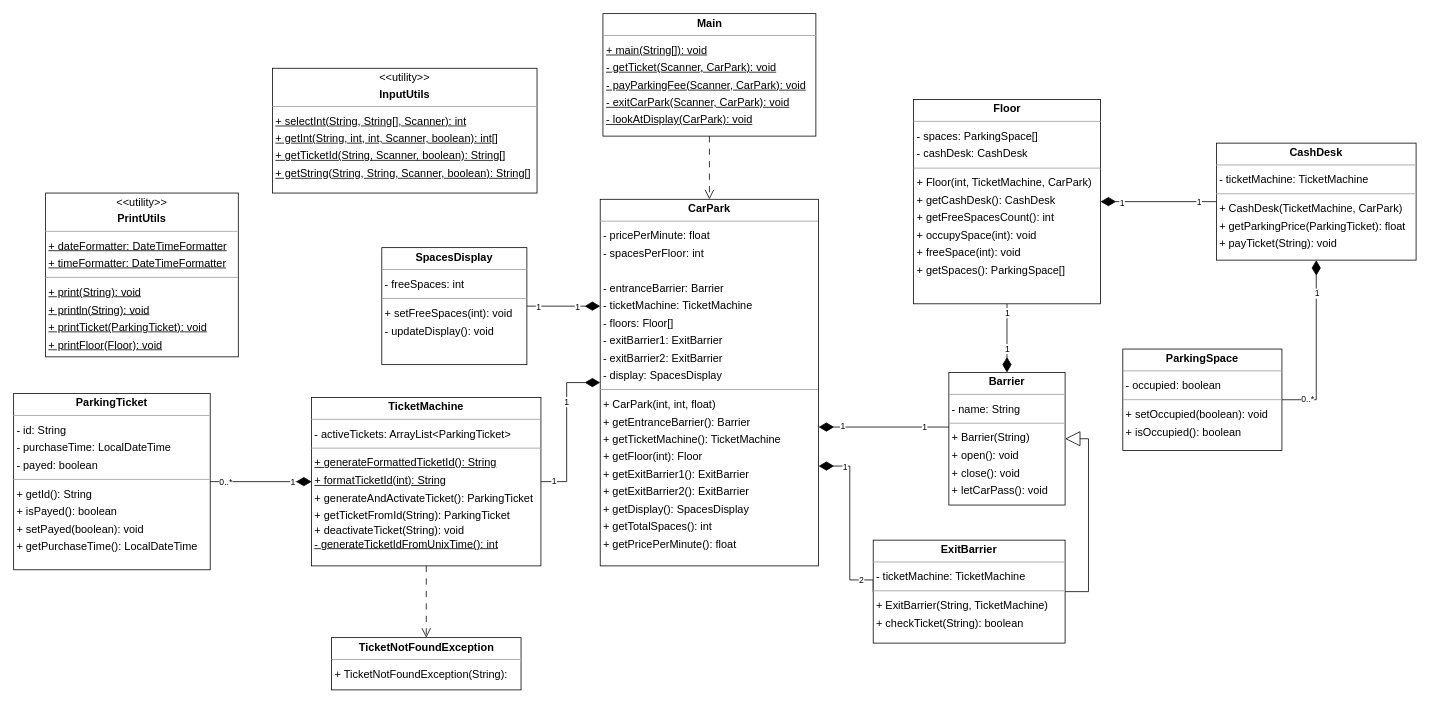
Earlier version of the draw.io diagram uml-diagrams/class-diagram.drawio (timlandolt/car-park-sim). Source tidied: cells renumbered, new cells numbered last; positions are measured from the earlier drawing's top-left corner, leaving out a move shared by most shapes. Both pictures are drawn from the tidied source at 78%, with x=0, y=0 at pixel (13, 13).
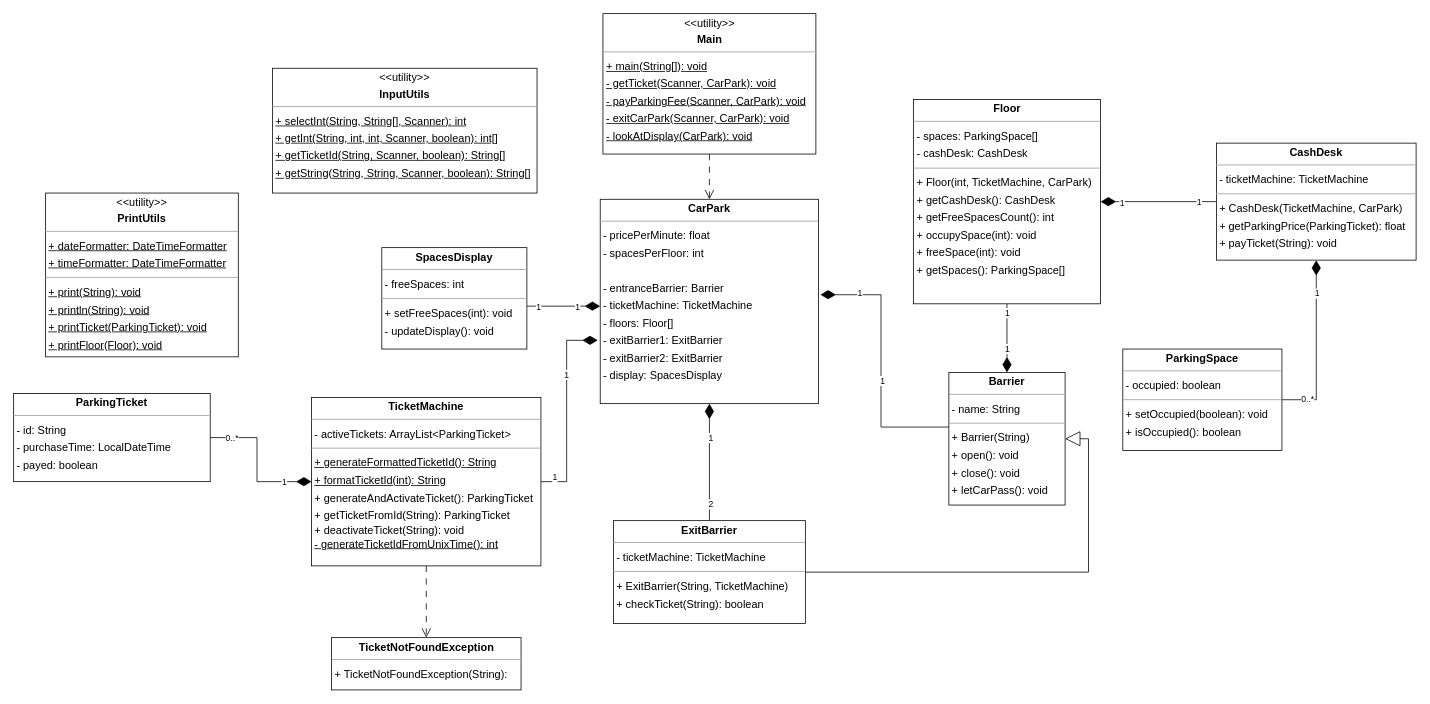
After the change.

Unchanged cells that the change refers to:
```xml
<mxCell id="31" value="&lt;p style=&quot;margin:0px;margin-top:4px;text-align:center;&quot;&gt;&lt;b&gt;TicketMachine&lt;/b&gt;&lt;/p&gt;&lt;hr size=&quot;1&quot;&gt;&lt;p style=&quot;margin:0 0 0 4px;line-height:1.6;&quot;&gt;&lt;/p&gt;&lt;p style=&quot;margin:0 0 0 4px;line-height:1.6;&quot;&gt;- activeTickets: ArrayList&amp;lt;ParkingTicket&amp;gt;&lt;/p&gt;&lt;hr size=&quot;1&quot;&gt;&lt;p style=&quot;margin:0 0 0 4px;line-height:1.6;&quot;&gt;&lt;u&gt;+ generateFormattedTicketId(): String&lt;/u&gt;&lt;/p&gt;&lt;p style=&quot;margin:0 0 0 4px;line-height:1.6;&quot;&gt;&lt;u&gt;+ formatTicketId(int): String&lt;/u&gt;&lt;br&gt;+ generateAndActivateTicket(): ParkingTicket&lt;br&gt;+ getTicketFromId(String): ParkingTicket&lt;/p&gt;&amp;nbsp;+ deactivateTicket(String): void&lt;div&gt;&amp;nbsp;&lt;u&gt;- generateTicketIdFromUnixTime(): int&lt;/u&gt;&lt;/div&gt;" style="verticalAlign=top;align=left;overflow=fill;fontSize=14;fontFamily=Helvetica;html=1;rounded=0;shadow=0;comic=0;labelBackgroundColor=none;strokeWidth=1;" parent="1" vertex="1">
  <mxGeometry x="382" y="492" width="294" height="216" as="geometry" />
</mxCell>
<mxCell id="38" value="&lt;p style=&quot;margin:0px;margin-top:4px;text-align:center;&quot;&gt;&lt;b&gt;Barrier&lt;/b&gt;&lt;/p&gt;&lt;hr size=&quot;1&quot;&gt;&lt;p style=&quot;margin:0 0 0 4px;line-height:1.6;&quot;&gt;- name: String&lt;/p&gt;&lt;hr size=&quot;1&quot;&gt;&lt;p style=&quot;margin:0 0 0 4px;line-height:1.6;&quot;&gt;+ Barrier(String)&lt;br&gt;&lt;/p&gt;&lt;p style=&quot;margin:0 0 0 4px;line-height:1.6;&quot;&gt;+ open(): void&lt;br&gt;+ close(): void&lt;br&gt;+ letCarPass(): void&lt;/p&gt;" style="verticalAlign=top;align=left;overflow=fill;fontSize=14;fontFamily=Helvetica;html=1;rounded=0;shadow=0;comic=0;labelBackgroundColor=none;strokeWidth=1;" parent="1" vertex="1">
  <mxGeometry x="1199" y="460" width="149" height="170" as="geometry" />
</mxCell>
```

Change to the diagram source:
```diff
@@
-    <mxCell id="2" style="edgeStyle=orthogonalEdgeStyle;rounded=0;jettySize=auto;html=1;entryX=1;entryY=0.5;entryDx=0;entryDy=0;endArrow=none;endFill=0;startArrow=diamondThin;startFill=1;startSize=17;" parent="1" edge="1" source="14" target="31">
+    <mxCell id="2" style="edgeStyle=orthogonalEdgeStyle;rounded=0;jettySize=auto;html=1;entryX=1;entryY=0.5;entryDx=0;entryDy=0;endArrow=none;endFill=0;startArrow=diamondThin;startFill=1;startSize=17;exitX=-0.011;exitY=0.69;exitDx=0;exitDy=0;exitPerimeter=0;" parent="1" edge="1" source="14" target="31">
       <mxGeometry relative="1" as="geometry" />
     </mxCell>
@@
-    <mxCell id="5" style="edgeStyle=orthogonalEdgeStyle;rounded=0;jettySize=auto;html=1;entryX=0;entryY=0.5;entryDx=0;entryDy=0;endArrow=none;endFill=0;startArrow=diamondThin;startFill=1;startSize=17;" parent="1" edge="1" source="14" target="16">
-      <mxGeometry relative="1" as="geometry">
-        <Array as="points">
-          <mxPoint x="1072" y="580" />
-          <mxPoint x="1072" y="726" />
-        </Array>
-      </mxGeometry>
-    </mxCell>
-    <mxCell id="6" value="1" style="edgeLabel;html=1;align=center;verticalAlign=middle;" parent="5" vertex="1">
-      <mxGeometry x="-0.71" relative="1" as="geometry" />
-    </mxCell>
-    <mxCell id="7" value="2" style="edgeLabel;html=1;align=center;verticalAlign=middle;" parent="5" vertex="1">
-      <mxGeometry x="0.65" y="-2" relative="1" as="geometry">
-        <mxPoint x="9" y="-2" as="offset" />
-      </mxGeometry>
-    </mxCell>
@@
+    <mxCell id="5" style="edgeStyle=orthogonalEdgeStyle;rounded=0;jettySize=auto;html=1;endArrow=none;endFill=0;startArrow=diamondThin;startFill=1;startSize=17;" parent="1" edge="1" source="14" target="16">
+      <mxGeometry relative="1" as="geometry" />
+    </mxCell>
+    <mxCell id="6" value="1" style="edgeLabel;html=1;align=center;verticalAlign=middle;" parent="5" vertex="1">
+      <mxGeometry x="-0.43" y="1" relative="1" as="geometry" />
+    </mxCell>
+    <mxCell id="7" value="2" style="edgeLabel;html=1;align=center;verticalAlign=middle;" parent="5" vertex="1">
+      <mxGeometry x="0.7" y="1" relative="1" as="geometry" />
+    </mxCell>
-    <mxCell id="14" value="&lt;p style=&quot;margin:0px;margin-top:4px;text-align:center;&quot;&gt;&lt;b&gt;CarPark&lt;/b&gt;&lt;/p&gt;&lt;hr size=&quot;1&quot;&gt;&lt;p style=&quot;margin:0 0 0 4px;line-height:1.6;&quot;&gt;&lt;/p&gt;&lt;p style=&quot;margin:0 0 0 4px;line-height:1.6;&quot;&gt;- pricePerMinute: float&lt;/p&gt;&lt;p style=&quot;margin:0 0 0 4px;line-height:1.6;&quot;&gt;- spacesPerFloor: int&lt;/p&gt;&lt;p style=&quot;margin:0 0 0 4px;line-height:1.6;&quot;&gt;&lt;br&gt;&lt;/p&gt;&lt;p style=&quot;margin:0 0 0 4px;line-height:1.6;&quot;&gt;- entranceBarrier: Barrier&lt;/p&gt;&lt;p style=&quot;margin:0 0 0 4px;line-height:1.6;&quot;&gt;- ticketMachine: TicketMachine&lt;/p&gt;&lt;p style=&quot;margin:0 0 0 4px;line-height:1.6;&quot;&gt;- floors: Floor[]&lt;/p&gt;&lt;p style=&quot;margin:0 0 0 4px;line-height:1.6;&quot;&gt;- exitBarrier1: ExitBarrier&lt;/p&gt;&lt;p style=&quot;margin:0 0 0 4px;line-height:1.6;&quot;&gt;- exitBarrier2: ExitBarrier&lt;/p&gt;&lt;p style=&quot;margin:0 0 0 4px;line-height:1.6;&quot;&gt;- display: SpacesDisplay&lt;/p&gt;&lt;hr size=&quot;1&quot;&gt;&lt;p style=&quot;margin:0 0 0 4px;line-height:1.6;&quot;&gt;+ CarPark(int, int, float)&lt;/p&gt;&lt;p style=&quot;margin:0 0 0 4px;line-height:1.6;&quot;&gt;+ getEntranceBarrier(): Barrier&lt;/p&gt;&lt;p style=&quot;margin:0 0 0 4px;line-height:1.6;&quot;&gt;+ getTicketMachine(): TicketMachine&lt;/p&gt;&lt;p style=&quot;margin:0 0 0 4px;line-height:1.6;&quot;&gt;+ getFloor(int): Floor&lt;/p&gt;&lt;p style=&quot;margin:0 0 0 4px;line-height:1.6;&quot;&gt;+ getExitBarrier1(): ExitBarrier&lt;/p&gt;&lt;p style=&quot;margin:0 0 0 4px;line-height:1.6;&quot;&gt;+ getExitBarrier2(): ExitBarrier&lt;/p&gt;&lt;p style=&quot;margin:0 0 0 4px;line-height:1.6;&quot;&gt;+ getDisplay(): SpacesDisplay&lt;/p&gt;&lt;p style=&quot;margin:0 0 0 4px;line-height:1.6;&quot;&gt;+ getTotalSpaces(): int&lt;/p&gt;&lt;p style=&quot;margin:0 0 0 4px;line-height:1.6;&quot;&gt;+ getPricePerMinute(): float&lt;/p&gt;" style="verticalAlign=top;align=left;overflow=fill;fontSize=14;fontFamily=Helvetica;html=1;rounded=0;shadow=0;comic=0;labelBackgroundColor=none;strokeWidth=1;" parent="1" vertex="1">
-      <mxGeometry x="752" y="238" width="280" height="470" as="geometry" />
+    <mxCell id="14" value="&lt;p style=&quot;margin:0px;margin-top:4px;text-align:center;&quot;&gt;&lt;b&gt;CarPark&lt;/b&gt;&lt;/p&gt;&lt;hr size=&quot;1&quot;&gt;&lt;p style=&quot;margin:0 0 0 4px;line-height:1.6;&quot;&gt;&lt;/p&gt;&lt;p style=&quot;margin:0 0 0 4px;line-height:1.6;&quot;&gt;- pricePerMinute: float&lt;/p&gt;&lt;p style=&quot;margin:0 0 0 4px;line-height:1.6;&quot;&gt;- spacesPerFloor: int&lt;/p&gt;&lt;p style=&quot;margin:0 0 0 4px;line-height:1.6;&quot;&gt;&lt;br&gt;&lt;/p&gt;&lt;p style=&quot;margin:0 0 0 4px;line-height:1.6;&quot;&gt;- entranceBarrier: Barrier&lt;/p&gt;&lt;p style=&quot;margin:0 0 0 4px;line-height:1.6;&quot;&gt;- ticketMachine: TicketMachine&lt;/p&gt;&lt;p style=&quot;margin:0 0 0 4px;line-height:1.6;&quot;&gt;- floors: Floor[]&lt;/p&gt;&lt;p style=&quot;margin:0 0 0 4px;line-height:1.6;&quot;&gt;- exitBarrier1: ExitBarrier&lt;/p&gt;&lt;p style=&quot;margin:0 0 0 4px;line-height:1.6;&quot;&gt;- exitBarrier2: ExitBarrier&lt;/p&gt;&lt;p style=&quot;margin:0 0 0 4px;line-height:1.6;&quot;&gt;- display: SpacesDisplay&lt;/p&gt;" style="verticalAlign=top;align=left;overflow=fill;fontSize=14;fontFamily=Helvetica;html=1;rounded=0;shadow=0;comic=0;labelBackgroundColor=none;strokeWidth=1;" parent="1" vertex="1">
+      <mxGeometry x="752" y="238" width="280" height="262" as="geometry" />
     </mxCell>
@@
     <mxCell id="16" value="&lt;p style=&quot;margin:0px;margin-top:4px;text-align:center;&quot;&gt;&lt;b&gt;ExitBarrier&lt;/b&gt;&lt;/p&gt;&lt;hr size=&quot;1&quot;&gt;&lt;p style=&quot;margin:0 0 0 4px;line-height:1.6;&quot;&gt;&lt;/p&gt;&lt;p style=&quot;margin:0 0 0 4px;line-height:1.6;&quot;&gt;- ticketMachine: TicketMachine&lt;/p&gt;&lt;hr size=&quot;1&quot;&gt;&lt;p style=&quot;margin:0 0 0 4px;line-height:1.6;&quot;&gt;+ ExitBarrier(String, TicketMachine)&lt;/p&gt;&lt;p style=&quot;margin:0 0 0 4px;line-height:1.6;&quot;&gt;+ checkTicket(String): boolean&lt;/p&gt;" style="verticalAlign=top;align=left;overflow=fill;fontSize=14;fontFamily=Helvetica;html=1;rounded=0;shadow=0;comic=0;labelBackgroundColor=none;strokeWidth=1;" parent="1" vertex="1">
-      <mxGeometry x="1102" y="675" width="246" height="132" as="geometry" />
+      <mxGeometry x="769" y="650" width="246" height="132" as="geometry" />
     </mxCell>
@@
-    <mxCell id="23" value="&lt;p style=&quot;margin:0px;margin-top:4px;text-align:center;&quot;&gt;&lt;b&gt;Main&lt;/b&gt;&lt;/p&gt;&lt;hr size=&quot;1&quot;&gt;&lt;p style=&quot;margin:0 0 0 4px;line-height:1.6;&quot;&gt;&lt;u&gt;+ main(String[]): void&lt;br&gt;&lt;/u&gt;&lt;/p&gt;&lt;p style=&quot;margin:0 0 0 4px;line-height:1.6;&quot;&gt;&lt;u&gt;- getTicket(Scanner, CarPark): void&lt;br&gt;&lt;/u&gt;&lt;/p&gt;&lt;p style=&quot;margin:0 0 0 4px;line-height:1.6;&quot;&gt;&lt;u&gt;- payParkingFee(Scanner, CarPark): void&lt;br&gt;- exitCarPark(Scanner, CarPark): void&lt;/u&gt;&lt;/p&gt;&lt;p style=&quot;margin:0 0 0 4px;line-height:1.6;&quot;&gt;&lt;u&gt;- lookAtDisplay(CarPark): void&lt;/u&gt;&lt;br&gt;&lt;/p&gt;" style="verticalAlign=top;align=left;overflow=fill;fontSize=14;fontFamily=Helvetica;html=1;rounded=0;shadow=0;comic=0;labelBackgroundColor=none;strokeWidth=1;" parent="1" vertex="1">
-      <mxGeometry x="755.5" width="273" height="157" as="geometry" />
+    <mxCell id="23" value="&lt;p style=&quot;margin:0px;margin-top:4px;text-align:center;&quot;&gt;&amp;lt;&amp;lt;utility&amp;gt;&amp;gt;&lt;/p&gt;&lt;p style=&quot;margin:0px;margin-top:4px;text-align:center;&quot;&gt;&lt;b&gt;Main&lt;/b&gt;&lt;/p&gt;&lt;hr size=&quot;1&quot;&gt;&lt;p style=&quot;margin:0 0 0 4px;line-height:1.6;&quot;&gt;&lt;u&gt;+ main(String[]): void&lt;br&gt;&lt;/u&gt;&lt;/p&gt;&lt;p style=&quot;margin:0 0 0 4px;line-height:1.6;&quot;&gt;&lt;u&gt;- getTicket(Scanner, CarPark): void&lt;br&gt;&lt;/u&gt;&lt;/p&gt;&lt;p style=&quot;margin:0 0 0 4px;line-height:1.6;&quot;&gt;&lt;u&gt;- payParkingFee(Scanner, CarPark): void&lt;br&gt;- exitCarPark(Scanner, CarPark): void&lt;/u&gt;&lt;/p&gt;&lt;p style=&quot;margin:0 0 0 4px;line-height:1.6;&quot;&gt;&lt;u&gt;- lookAtDisplay(CarPark): void&lt;/u&gt;&lt;br&gt;&lt;/p&gt;" style="verticalAlign=top;align=left;overflow=fill;fontSize=14;fontFamily=Helvetica;html=1;rounded=0;shadow=0;comic=0;labelBackgroundColor=none;strokeWidth=1;" parent="1" vertex="1">
+      <mxGeometry x="755.5" width="273" height="180" as="geometry" />
     </mxCell>
@@
-    <mxCell id="25" value="&lt;p style=&quot;margin:0px;margin-top:4px;text-align:center;&quot;&gt;&lt;b&gt;ParkingTicket&lt;/b&gt;&lt;/p&gt;&lt;hr size=&quot;1&quot;&gt;&lt;p style=&quot;margin:0 0 0 4px;line-height:1.6;&quot;&gt;&lt;/p&gt;&lt;p style=&quot;margin:0 0 0 4px;line-height:1.6;&quot;&gt;- id: String&lt;br&gt;- purchaseTime: LocalDateTime&lt;br&gt;- payed: boolean&lt;/p&gt;&lt;hr size=&quot;1&quot;&gt;&lt;p style=&quot;margin:0 0 0 4px;line-height:1.6;&quot;&gt;+ getId(): String&lt;/p&gt;&lt;p style=&quot;margin:0 0 0 4px;line-height:1.6;&quot;&gt;+ isPayed(): boolean&lt;br&gt;+ setPayed(boolean): void&lt;br&gt;+ getPurchaseTime(): LocalDateTime&lt;br&gt;&lt;/p&gt;" style="verticalAlign=top;align=left;overflow=fill;fontSize=14;fontFamily=Helvetica;html=1;rounded=0;shadow=0;comic=0;labelBackgroundColor=none;strokeWidth=1;" parent="1" vertex="1">
-      <mxGeometry y="487" width="252" height="226" as="geometry" />
+    <mxCell id="25" value="&lt;p style=&quot;margin:0px;margin-top:4px;text-align:center;&quot;&gt;&lt;b&gt;ParkingTicket&lt;/b&gt;&lt;/p&gt;&lt;hr size=&quot;1&quot;&gt;&lt;p style=&quot;margin:0 0 0 4px;line-height:1.6;&quot;&gt;&lt;/p&gt;&lt;p style=&quot;margin:0 0 0 4px;line-height:1.6;&quot;&gt;- id: String&lt;br&gt;- purchaseTime: LocalDateTime&lt;br&gt;- payed: boolean&lt;/p&gt;" style="verticalAlign=top;align=left;overflow=fill;fontSize=14;fontFamily=Helvetica;html=1;rounded=0;shadow=0;comic=0;labelBackgroundColor=none;strokeWidth=1;" parent="1" vertex="1">
+      <mxGeometry y="487" width="252" height="113" as="geometry" />
     </mxCell>
@@
     <mxCell id="33" value="&lt;p style=&quot;margin:0px;margin-top:4px;text-align:center;&quot;&gt;&lt;b&gt;SpacesDisplay&lt;/b&gt;&lt;/p&gt;&lt;hr size=&quot;1&quot;&gt;&lt;p style=&quot;margin:0 0 0 4px;line-height:1.6;&quot;&gt;&lt;/p&gt;&lt;p style=&quot;margin:0 0 0 4px;line-height:1.6;&quot;&gt;- freeSpaces: int&lt;/p&gt;&lt;hr size=&quot;1&quot;&gt;&lt;p style=&quot;margin:0 0 0 4px;line-height:1.6;&quot;&gt;&lt;span style=&quot;background-color: initial;&quot;&gt;+ setFreeSpaces(int): void&lt;/span&gt;&lt;br&gt;&lt;/p&gt;&lt;p style=&quot;margin:0 0 0 4px;line-height:1.6;&quot;&gt;- updateDisplay(): void&lt;/p&gt;" style="verticalAlign=top;align=left;overflow=fill;fontSize=14;fontFamily=Helvetica;html=1;rounded=0;shadow=0;comic=0;labelBackgroundColor=none;strokeWidth=1;" parent="1" vertex="1">
-      <mxGeometry x="472" y="300" width="186" height="150" as="geometry" />
+      <mxGeometry x="472" y="300" width="186" height="130" as="geometry" />
     </mxCell>
-    <mxCell id="34" style="edgeStyle=orthogonalEdgeStyle;rounded=0;jettySize=auto;html=1;entryX=0;entryY=0.5;entryDx=0;entryDy=0;endArrow=none;endFill=0;startArrow=diamondThin;startFill=1;startSize=17;" parent="1" edge="1" source="14" target="38">
+    <mxCell id="34" style="edgeStyle=orthogonalEdgeStyle;rounded=0;jettySize=auto;html=1;entryX=0;entryY=0.5;entryDx=0;entryDy=0;endArrow=none;endFill=0;startArrow=diamondThin;startFill=1;startSize=17;exitX=1.008;exitY=0.467;exitDx=0;exitDy=0;exitPerimeter=0;" parent="1" edge="1" source="14" target="38">
       <mxGeometry relative="1" as="geometry">
         <Array as="points">
+          <mxPoint x="1112" y="360" />
+          <mxPoint x="1112" y="530" />
           <mxPoint x="1322" y="530" />
+          <mxPoint x="1322" y="545" />
         </Array>
       </mxGeometry>
     </mxCell>
```
